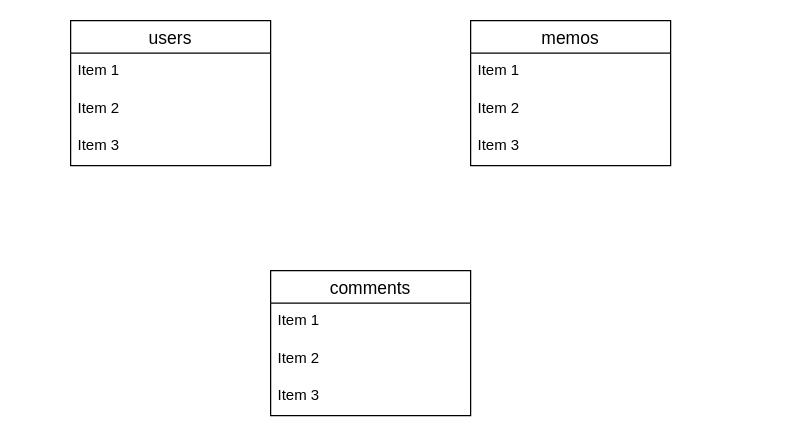
Earlier version of the draw.io diagram test.dio (rabi1924/shiori). Source tidied: cells renumbered, new cells numbered last; positions are measured from the earlier drawing's top-left corner, leaving out a move shared by most shapes. Both pictures are drawn from the tidied source at 125%, with x=0, y=0 at pixel (70, 20).
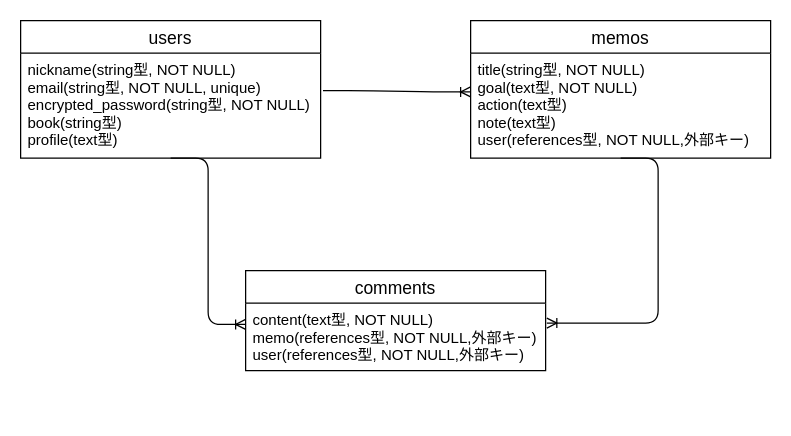
The same diagram, later.

Diff of the diagram source:
```diff
@@
 <mxGraphModel>
   <root>
     <mxCell id="0" />
     <mxCell id="1" parent="0" />
     <mxCell id="2" value="users" style="swimlane;fontStyle=0;horizontal=1;startSize=26;align=center;fontSize=14;" parent="1" vertex="1">
-      <mxGeometry width="160" height="116" as="geometry" />
+      <mxGeometry x="-40" width="240" height="110" as="geometry" />
     </mxCell>
-    <mxCell id="3" value="Item 1" style="text;strokeColor=none;fillColor=none;spacingLeft=4;spacingRight=4;overflow=hidden;fontSize=12;" parent="2" vertex="1">
-      <mxGeometry y="26" width="160" height="30" as="geometry" />
-    </mxCell>
+    <mxCell id="14" style="edgeStyle=entityRelationEdgeStyle;fontSize=12;html=1;endArrow=ERoneToMany;entryX=0;entryY=0.315;entryDx=0;entryDy=0;entryPerimeter=0;" parent="2" edge="1" target="11">
+      <mxGeometry relative="1" as="geometry">
+        <mxPoint x="120" y="110" as="sourcePoint" />
+      </mxGeometry>
+    </mxCell>
-    <mxCell id="4" value="Item 2" style="text;strokeColor=none;fillColor=none;spacingLeft=4;spacingRight=4;overflow=hidden;points=[[0,0.5],[1,0.5]];portConstraint=eastwest;fontSize=12;" parent="2" vertex="1">
-      <mxGeometry y="56" width="160" height="30" as="geometry" />
+    <mxCell id="4" value="nickname(string型, NOT NULL)&#10;email(string型, NOT NULL, unique)&#10;encrypted_password(string型, NOT NULL)&#10;book(string型)&#10;profile(text型)" style="text;strokeColor=none;fillColor=none;spacingLeft=4;spacingRight=4;overflow=hidden;points=[[0,0.5],[1,0.5]];portConstraint=eastwest;fontSize=12;" parent="2" vertex="1">
+      <mxGeometry y="26" width="240" height="84" as="geometry" />
     </mxCell>
-    <mxCell id="5" value="Item 3" style="text;strokeColor=none;fillColor=none;spacingLeft=4;spacingRight=4;overflow=hidden;fontSize=12;" parent="2" vertex="1">
-      <mxGeometry y="86" width="160" height="30" as="geometry" />
-    </mxCell>
     <mxCell id="6" value="memos" style="swimlane;fontStyle=0;horizontal=1;startSize=26;align=center;fontSize=14;" parent="1" vertex="1">
-      <mxGeometry x="320" width="160" height="116" as="geometry" />
+      <mxGeometry x="320" width="240" height="110" as="geometry" />
     </mxCell>
-    <mxCell id="7" value="Item 1" style="text;strokeColor=none;fillColor=none;spacingLeft=4;spacingRight=4;overflow=hidden;fontSize=12;" parent="6" vertex="1">
-      <mxGeometry y="26" width="160" height="30" as="geometry" />
-    </mxCell>
+    <mxCell id="15" style="edgeStyle=entityRelationEdgeStyle;fontSize=12;html=1;endArrow=ERoneToMany;entryX=1.004;entryY=0.296;entryDx=0;entryDy=0;entryPerimeter=0;" parent="6" edge="1" target="11">
+      <mxGeometry relative="1" as="geometry">
+        <mxPoint x="120" y="110" as="sourcePoint" />
+      </mxGeometry>
+    </mxCell>
-    <mxCell id="8" value="Item 2" style="text;strokeColor=none;fillColor=none;spacingLeft=4;spacingRight=4;overflow=hidden;fontSize=12;" parent="6" vertex="1">
-      <mxGeometry y="56" width="160" height="30" as="geometry" />
+    <mxCell id="8" value="title(string型, NOT NULL)&#10;goal(text型, NOT NULL)&#10;action(text型)&#10;note(text型)&#10;user(references型, NOT NULL,外部キー)&#10;" style="text;strokeColor=none;fillColor=none;spacingLeft=4;spacingRight=4;overflow=hidden;fontSize=12;" parent="6" vertex="1">
+      <mxGeometry y="26" width="240" height="84" as="geometry" />
     </mxCell>
-    <mxCell id="9" value="Item 3" style="text;strokeColor=none;fillColor=none;spacingLeft=4;spacingRight=4;overflow=hidden;fontSize=12;" parent="6" vertex="1">
-      <mxGeometry y="86" width="160" height="30" as="geometry" />
-    </mxCell>
     <mxCell id="10" value="comments" style="swimlane;fontStyle=0;horizontal=1;startSize=26;align=center;fontSize=14;" parent="1" vertex="1">
-      <mxGeometry x="160" y="200" width="160" height="116" as="geometry" />
+      <mxGeometry x="140" y="200" width="240" height="80" as="geometry" />
     </mxCell>
-    <mxCell id="11" value="Item 1" style="text;strokeColor=none;fillColor=none;spacingLeft=4;spacingRight=4;overflow=hidden;points=[[0,0.5],[1,0.5]];portConstraint=eastwest;fontSize=12;" parent="10" vertex="1">
-      <mxGeometry y="26" width="160" height="30" as="geometry" />
+    <mxCell id="11" value="content(text型, NOT NULL)&#10;memo(references型, NOT NULL,外部キー)&#10;user(references型, NOT NULL,外部キー)" style="text;strokeColor=none;fillColor=none;spacingLeft=4;spacingRight=4;overflow=hidden;points=[[0,0.5],[1,0.5]];portConstraint=eastwest;fontSize=12;" parent="10" vertex="1">
+      <mxGeometry y="26" width="240" height="54" as="geometry" />
     </mxCell>
-    <mxCell id="12" value="Item 2" style="text;strokeColor=none;fillColor=none;spacingLeft=4;spacingRight=4;overflow=hidden;fontSize=12;" parent="10" vertex="1">
-      <mxGeometry y="56" width="160" height="30" as="geometry" />
-    </mxCell>
-    <mxCell id="13" value="Item 3" style="text;strokeColor=none;fillColor=none;spacingLeft=4;spacingRight=4;overflow=hidden;fontSize=12;" parent="10" vertex="1">
-      <mxGeometry y="86" width="160" height="30" as="geometry" />
-    </mxCell>
+    <mxCell id="16" style="edgeStyle=entityRelationEdgeStyle;fontSize=12;html=1;endArrow=ERoneToMany;exitX=1.008;exitY=0.357;exitDx=0;exitDy=0;exitPerimeter=0;" parent="1" edge="1" source="4">
+      <mxGeometry relative="1" as="geometry">
+        <mxPoint x="320" y="57" as="targetPoint" />
+      </mxGeometry>
+    </mxCell>
   </root>
 </mxGraphModel>
```
